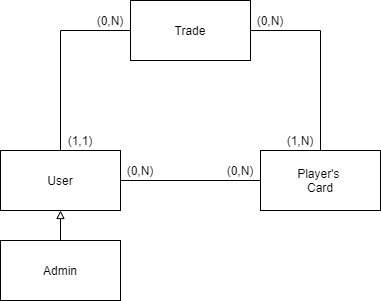
Before: Documentation/ProjectUML-UML Analysis Cases.png, a diagram exported from draw.io (Plaza99/FantaManager). Source tidied: cells renumbered, new cells last; positions are measured from the earlier drawing's top-left corner, leaving out a move shared by most shapes.
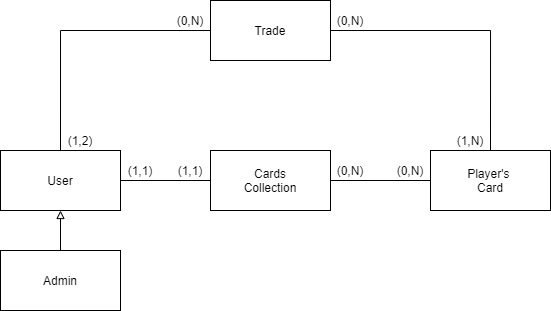
The same diagram one commit later.

What changed in the source:
```diff
@@ -2,47 +2,59 @@
   <root>
     <mxCell id="0" />
     <mxCell id="1" parent="0" />
-    <mxCell id="2" style="edgeStyle=orthogonalEdgeStyle;rounded=0;jettySize=auto;html=1;entryX=0;entryY=0.5;entryDx=0;entryDy=0;startArrow=none;startFill=0;endArrow=none;endFill=0;" parent="1" edge="1" source="4" target="7">
-      <mxGeometry relative="1" as="geometry" />
-    </mxCell>
     <mxCell id="3" style="edgeStyle=orthogonalEdgeStyle;rounded=0;jettySize=auto;html=1;entryX=0;entryY=0.5;entryDx=0;entryDy=0;startArrow=none;startFill=0;endArrow=none;endFill=0;exitX=0.5;exitY=0;exitDx=0;exitDy=0;" parent="1" edge="1" source="4" target="11">
       <mxGeometry relative="1" as="geometry" />
     </mxCell>
+    <mxCell id="16" style="edgeStyle=orthogonalEdgeStyle;rounded=0;jettySize=auto;html=1;endArrow=none;endFill=0;" parent="1" edge="1" source="4" target="18">
+      <mxGeometry relative="1" as="geometry" />
+    </mxCell>
     <mxCell id="4" value="User" style="rounded=0;whiteSpace=wrap;html=1;" parent="1" vertex="1">
-      <mxGeometry y="150" width="120" height="60" as="geometry" />
+      <mxGeometry x="-40" y="150" width="120" height="60" as="geometry" />
     </mxCell>
     <mxCell id="5" style="edgeStyle=orthogonalEdgeStyle;rounded=0;jettySize=auto;html=1;entryX=0.5;entryY=1;entryDx=0;entryDy=0;startArrow=none;startFill=0;endArrow=block;endFill=0;" parent="1" edge="1" source="6" target="4">
       <mxGeometry relative="1" as="geometry" />
     </mxCell>
     <mxCell id="6" value="Admin" style="rounded=0;whiteSpace=wrap;html=1;" parent="1" vertex="1">
-      <mxGeometry y="240" width="120" height="60" as="geometry" />
+      <mxGeometry x="-40" y="250" width="120" height="60" as="geometry" />
     </mxCell>
     <mxCell id="7" value="Player's &lt;br&gt;Card" style="rounded=0;whiteSpace=wrap;html=1;" parent="1" vertex="1">
-      <mxGeometry x="260" y="150" width="120" height="60" as="geometry" />
+      <mxGeometry x="390" y="150" width="120" height="60" as="geometry" />
     </mxCell>
-    <mxCell id="8" value="(0,N)" style="text;html=1;strokeColor=none;fillColor=none;align=center;verticalAlign=middle;whiteSpace=wrap;rounded=0;" parent="1" vertex="1">
-      <mxGeometry x="220" y="160" width="40" height="20" as="geometry" />
-    </mxCell>
-    <mxCell id="9" value="(0,N)" style="text;html=1;strokeColor=none;fillColor=none;align=center;verticalAlign=middle;whiteSpace=wrap;rounded=0;" parent="1" vertex="1">
-      <mxGeometry x="120" y="160" width="40" height="20" as="geometry" />
-    </mxCell>
     <mxCell id="10" style="edgeStyle=orthogonalEdgeStyle;rounded=0;jettySize=auto;html=1;exitX=1;exitY=0.5;exitDx=0;exitDy=0;entryX=0.5;entryY=0;entryDx=0;entryDy=0;endArrow=none;endFill=0;" parent="1" edge="1" source="11" target="7">
       <mxGeometry relative="1" as="geometry" />
     </mxCell>
     <mxCell id="11" value="Trade" style="rounded=0;whiteSpace=wrap;html=1;" parent="1" vertex="1">
-      <mxGeometry x="130" width="120" height="60" as="geometry" />
+      <mxGeometry x="170" width="120" height="60" as="geometry" />
     </mxCell>
-    <mxCell id="12" value="(1,1)" style="text;html=1;strokeColor=none;fillColor=none;align=center;verticalAlign=middle;whiteSpace=wrap;rounded=0;" parent="1" vertex="1">
-      <mxGeometry x="60" y="130" width="40" height="20" as="geometry" />
+    <mxCell id="12" value="(1,2)" style="text;html=1;strokeColor=none;fillColor=none;align=center;verticalAlign=middle;whiteSpace=wrap;rounded=0;" parent="1" vertex="1">
+      <mxGeometry x="20" y="130" width="40" height="20" as="geometry" />
     </mxCell>
     <mxCell id="13" value="(0,N)" style="text;html=1;strokeColor=none;fillColor=none;align=center;verticalAlign=middle;whiteSpace=wrap;rounded=0;" parent="1" vertex="1">
-      <mxGeometry x="250" y="10" width="40" height="20" as="geometry" />
+      <mxGeometry x="290" y="10" width="40" height="20" as="geometry" />
     </mxCell>
     <mxCell id="14" value="(1,N)" style="text;html=1;strokeColor=none;fillColor=none;align=center;verticalAlign=middle;whiteSpace=wrap;rounded=0;" parent="1" vertex="1">
-      <mxGeometry x="280" y="130" width="40" height="20" as="geometry" />
+      <mxGeometry x="410" y="130" width="40" height="20" as="geometry" />
     </mxCell>
     <mxCell id="15" value="(0,N)" style="text;html=1;strokeColor=none;fillColor=none;align=center;verticalAlign=middle;whiteSpace=wrap;rounded=0;" parent="1" vertex="1">
-      <mxGeometry x="90" y="10" width="40" height="20" as="geometry" />
+      <mxGeometry x="130" y="10" width="40" height="20" as="geometry" />
     </mxCell>
+    <mxCell id="17" style="edgeStyle=orthogonalEdgeStyle;rounded=0;jettySize=auto;html=1;entryX=0;entryY=0.5;entryDx=0;entryDy=0;endArrow=none;endFill=0;" parent="1" edge="1" source="18" target="7">
+      <mxGeometry relative="1" as="geometry" />
+    </mxCell>
+    <mxCell id="18" value="Cards&lt;br&gt;Collection" style="rounded=0;whiteSpace=wrap;html=1;" parent="1" vertex="1">
+      <mxGeometry x="170" y="150" width="120" height="60" as="geometry" />
+    </mxCell>
+    <mxCell id="19" value="(1,1)" style="text;html=1;strokeColor=none;fillColor=none;align=center;verticalAlign=middle;whiteSpace=wrap;rounded=0;" parent="1" vertex="1">
+      <mxGeometry x="80" y="160" width="40" height="20" as="geometry" />
+    </mxCell>
+    <mxCell id="20" value="(1,1)" style="text;html=1;strokeColor=none;fillColor=none;align=center;verticalAlign=middle;whiteSpace=wrap;rounded=0;" parent="1" vertex="1">
+      <mxGeometry x="130" y="160" width="40" height="20" as="geometry" />
+    </mxCell>
+    <mxCell id="21" value="(0,N)" style="text;html=1;strokeColor=none;fillColor=none;align=center;verticalAlign=middle;whiteSpace=wrap;rounded=0;" parent="1" vertex="1">
+      <mxGeometry x="290" y="160" width="40" height="20" as="geometry" />
+    </mxCell>
+    <mxCell id="22" value="(0,N)" style="text;html=1;strokeColor=none;fillColor=none;align=center;verticalAlign=middle;whiteSpace=wrap;rounded=0;" parent="1" vertex="1">
+      <mxGeometry x="350" y="160" width="40" height="20" as="geometry" />
+    </mxCell>
   </root>
 </mxGraphModel>
```
